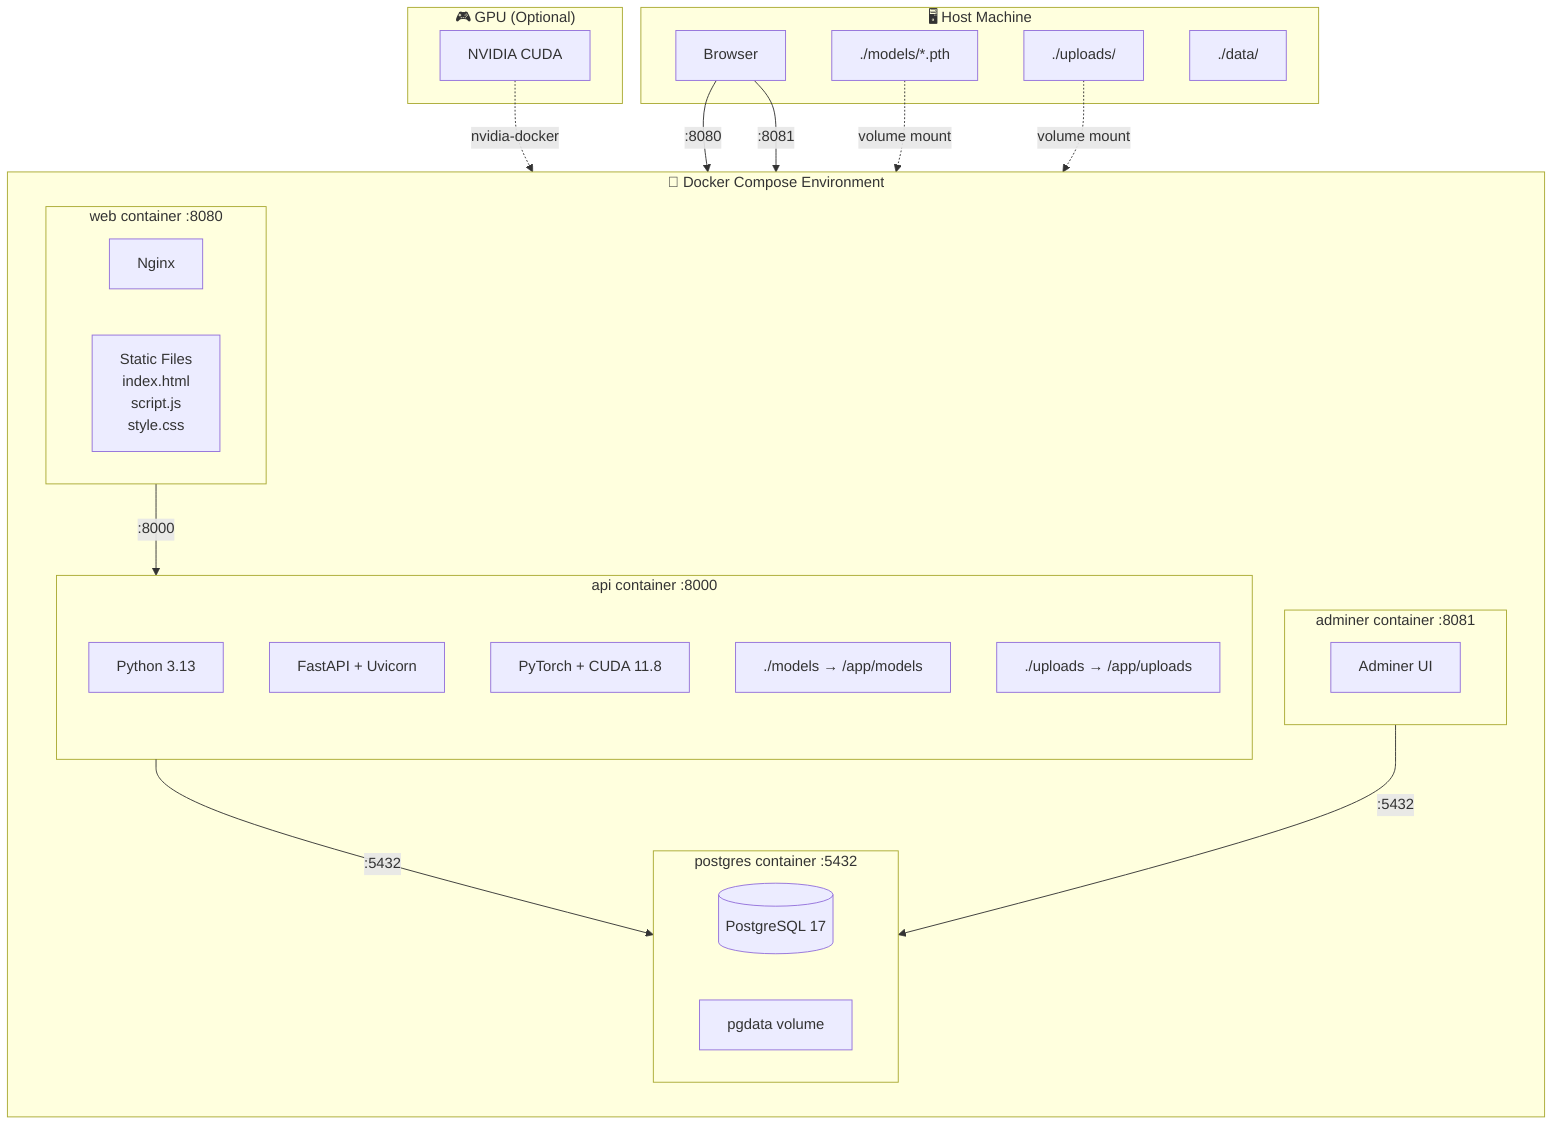
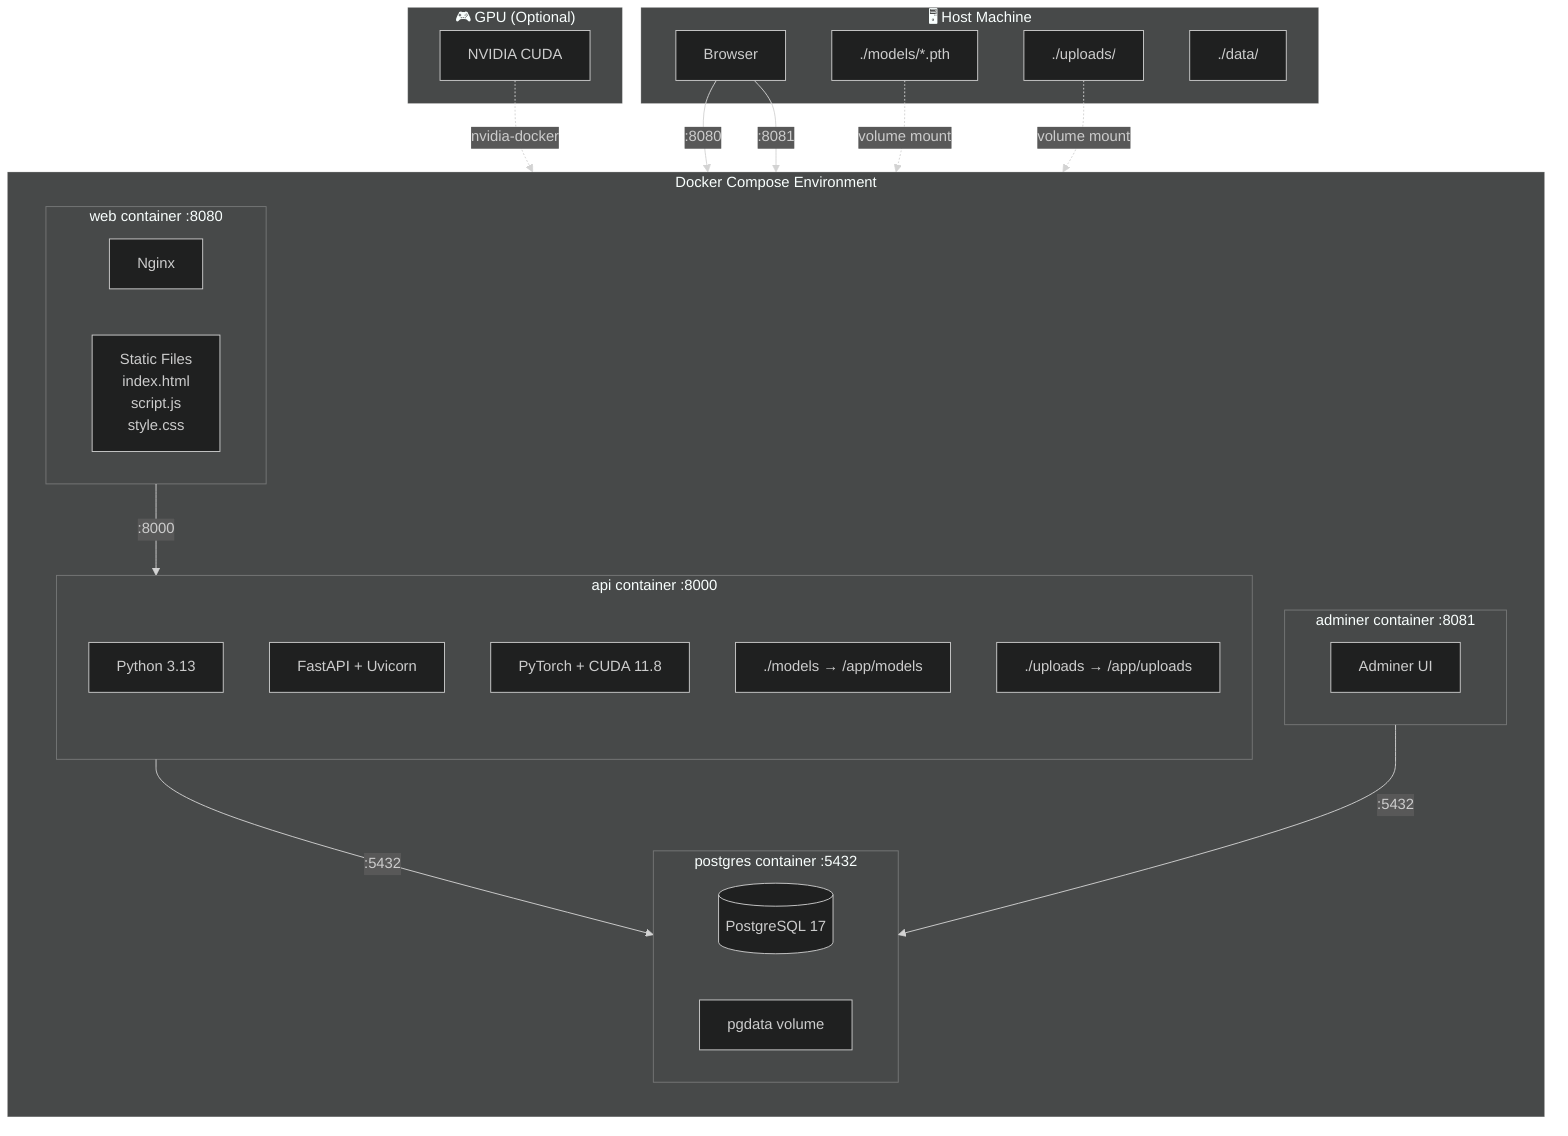
+ ---
+ config:
+   theme: dark
+   layout: dagre
+ ---
flowchart TB
-     subgraph Docker["🐳 Docker Compose Environment"]
+     subgraph Docker["Docker Compose Environment"]
        direction TB

        subgraph WebContainer["web container :8080"]
            Nginx[Nginx]
            Frontend[Static Files<br/>index.html<br/>script.js<br/>style.css]
        end

        subgraph APIContainer["api container :8000"]
            Python[Python 3.13]
            FastAPI[FastAPI + Uvicorn]
            PyTorch[PyTorch + CUDA 11.8]
            ModelsVol["./models → /app/models"]
            UploadsVol["./uploads → /app/uploads"]
        end

        subgraph DBContainer["postgres container :5432"]
            PostgreSQL[(PostgreSQL 17)]
            PGData[pgdata volume]
        end

        subgraph AdminerContainer["adminer container :8081"]
            Adminer[Adminer UI]
        end
    end

    subgraph Host["🖥️ Host Machine"]
        Browser[Browser]
        ModelsDir[./models/*.pth]
        UploadsDir[./uploads/]
        DataDir[./data/]
    end

    subgraph GPU["🎮 GPU (Optional)"]
        CUDA[NVIDIA CUDA]
    end

    %% Connections
    Browser -->|:8080| WebContainer
    Browser -->|:8081| AdminerContainer
    WebContainer -->|:8000| APIContainer
    APIContainer -->|:5432| DBContainer
    AdminerContainer -->|:5432| DBContainer

    %% Volume mounts
    ModelsDir -.->|volume mount| ModelsVol
    UploadsDir -.->|volume mount| UploadsVol

    %% GPU
    CUDA -.->|nvidia-docker| PyTorch
